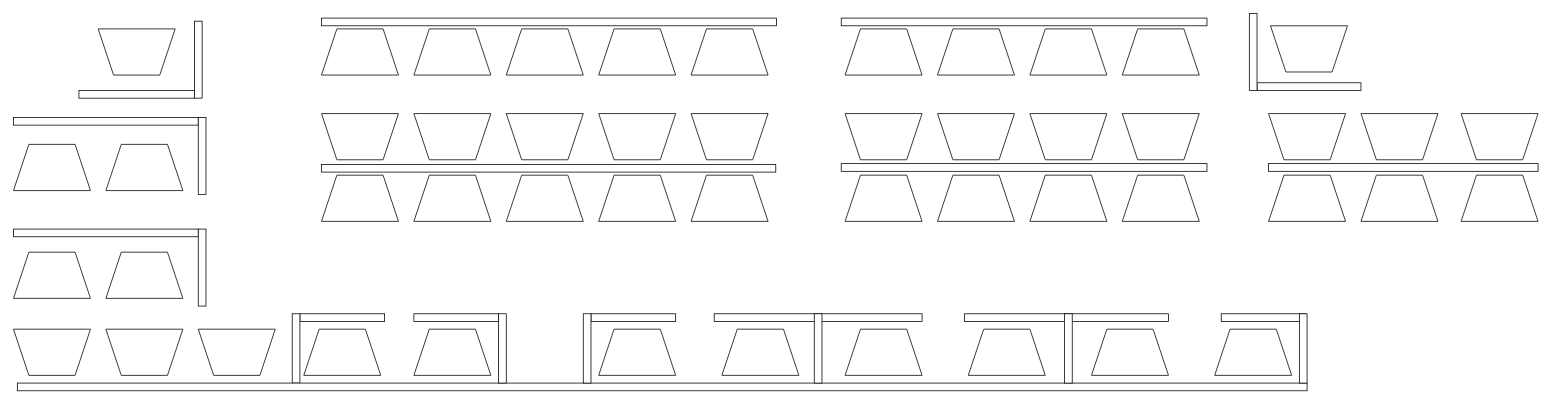
Above: HO_605.drawio in ajaybhanushalid2k/wireframes (draw.io), before the change. Source tidied: cells renumbered, new cells numbered last; positions are measured from the earlier drawing's top-left corner, leaving out a move shared by most shapes. Both pictures are drawn from the tidied source at 77%, with x=0, y=0 at pixel (13, 13).
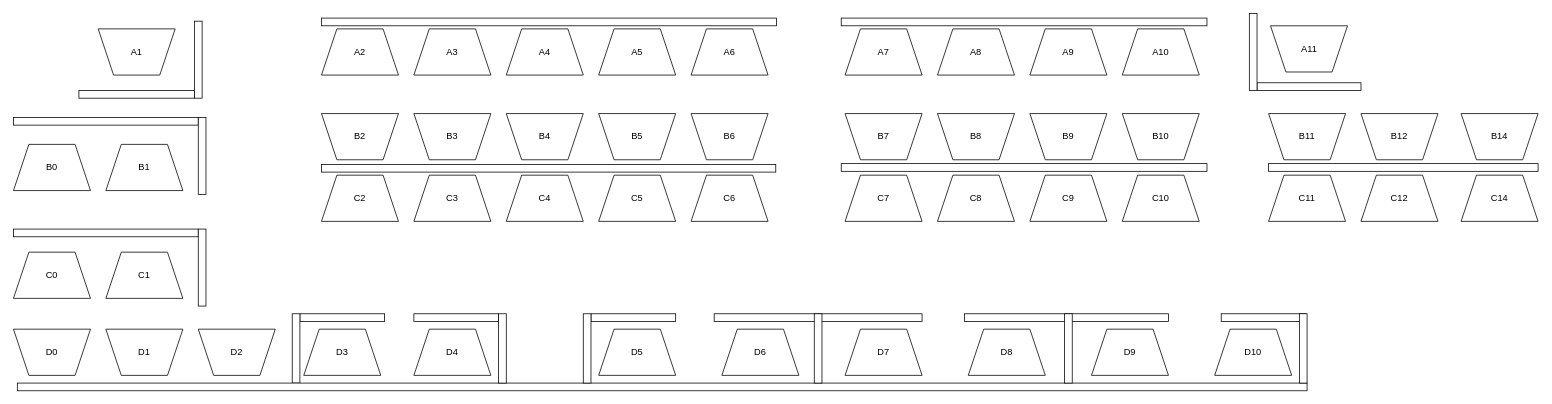
Above is the later version.

What changed in the source:
```diff
@@
-    <mxCell id="2" style="shape=trapezoid;perimeter=trapezoidPerimeter;whiteSpace=wrap;html=1;direction=west;" parent="1" vertex="1">
+    <mxCell id="2" value="D0" style="shape=trapezoid;perimeter=trapezoidPerimeter;whiteSpace=wrap;html=1;direction=west;" parent="1" vertex="1">
       <mxGeometry y="410" width="100" height="60" as="geometry" />
     </mxCell>
-    <mxCell id="3" style="shape=trapezoid;perimeter=trapezoidPerimeter;whiteSpace=wrap;html=1;direction=west;" parent="1" vertex="1">
+    <mxCell id="3" value="D1" style="shape=trapezoid;perimeter=trapezoidPerimeter;whiteSpace=wrap;html=1;direction=west;" parent="1" vertex="1">
       <mxGeometry x="120" y="410" width="100" height="60" as="geometry" />
     </mxCell>
-    <mxCell id="4" style="shape=trapezoid;perimeter=trapezoidPerimeter;whiteSpace=wrap;html=1;direction=west;" parent="1" vertex="1">
+    <mxCell id="4" value="D2" style="shape=trapezoid;perimeter=trapezoidPerimeter;whiteSpace=wrap;html=1;direction=west;" parent="1" vertex="1">
       <mxGeometry x="240" y="410" width="100" height="60" as="geometry" />
     </mxCell>
-    <mxCell id="5" style="shape=trapezoid;perimeter=trapezoidPerimeter;whiteSpace=wrap;html=1;direction=east;" parent="1" vertex="1">
+    <mxCell id="5" value="C0" style="shape=trapezoid;perimeter=trapezoidPerimeter;whiteSpace=wrap;html=1;direction=east;" parent="1" vertex="1">
       <mxGeometry y="310" width="100" height="60" as="geometry" />
     </mxCell>
-    <mxCell id="6" style="shape=trapezoid;perimeter=trapezoidPerimeter;whiteSpace=wrap;html=1;direction=east;" parent="1" vertex="1">
+    <mxCell id="6" value="C1" style="shape=trapezoid;perimeter=trapezoidPerimeter;whiteSpace=wrap;html=1;direction=east;" parent="1" vertex="1">
       <mxGeometry x="120" y="310" width="100" height="60" as="geometry" />
     </mxCell>
-    <mxCell id="7" style="shape=trapezoid;perimeter=trapezoidPerimeter;whiteSpace=wrap;html=1;direction=east;" parent="1" vertex="1">
+    <mxCell id="7" value="D3" style="shape=trapezoid;perimeter=trapezoidPerimeter;whiteSpace=wrap;html=1;direction=east;" parent="1" vertex="1">
       <mxGeometry x="377" y="410" width="100" height="60" as="geometry" />
     </mxCell>
-    <mxCell id="8" style="shape=trapezoid;perimeter=trapezoidPerimeter;whiteSpace=wrap;html=1;direction=east;" parent="1" vertex="1">
+    <mxCell id="8" value="D4" style="shape=trapezoid;perimeter=trapezoidPerimeter;whiteSpace=wrap;html=1;direction=east;" parent="1" vertex="1">
       <mxGeometry x="520" y="410" width="100" height="60" as="geometry" />
     </mxCell>
-    <mxCell id="9" style="shape=trapezoid;perimeter=trapezoidPerimeter;whiteSpace=wrap;html=1;direction=east;" parent="1" vertex="1">
+    <mxCell id="9" value="D5" style="shape=trapezoid;perimeter=trapezoidPerimeter;whiteSpace=wrap;html=1;direction=east;" parent="1" vertex="1">
       <mxGeometry x="760" y="410" width="100" height="60" as="geometry" />
     </mxCell>
-    <mxCell id="10" style="shape=trapezoid;perimeter=trapezoidPerimeter;whiteSpace=wrap;html=1;direction=east;" parent="1" vertex="1">
+    <mxCell id="10" value="D6" style="shape=trapezoid;perimeter=trapezoidPerimeter;whiteSpace=wrap;html=1;direction=east;" parent="1" vertex="1">
       <mxGeometry x="920" y="410" width="100" height="60" as="geometry" />
     </mxCell>
-    <mxCell id="11" style="shape=trapezoid;perimeter=trapezoidPerimeter;whiteSpace=wrap;html=1;direction=east;" parent="1" vertex="1">
+    <mxCell id="11" value="D7" style="shape=trapezoid;perimeter=trapezoidPerimeter;whiteSpace=wrap;html=1;direction=east;" parent="1" vertex="1">
       <mxGeometry x="1080" y="410" width="100" height="60" as="geometry" />
     </mxCell>
-    <mxCell id="12" style="shape=trapezoid;perimeter=trapezoidPerimeter;whiteSpace=wrap;html=1;direction=east;" parent="1" vertex="1">
+    <mxCell id="12" value="D8" style="shape=trapezoid;perimeter=trapezoidPerimeter;whiteSpace=wrap;html=1;direction=east;" parent="1" vertex="1">
       <mxGeometry x="1240" y="410" width="100" height="60" as="geometry" />
     </mxCell>
-    <mxCell id="13" style="shape=trapezoid;perimeter=trapezoidPerimeter;whiteSpace=wrap;html=1;direction=east;" parent="1" vertex="1">
+    <mxCell id="13" value="D9" style="shape=trapezoid;perimeter=trapezoidPerimeter;whiteSpace=wrap;html=1;direction=east;" parent="1" vertex="1">
       <mxGeometry x="1400" y="410" width="100" height="60" as="geometry" />
     </mxCell>
-    <mxCell id="14" style="shape=trapezoid;perimeter=trapezoidPerimeter;whiteSpace=wrap;html=1;direction=east;" parent="1" vertex="1">
+    <mxCell id="14" value="D10" style="shape=trapezoid;perimeter=trapezoidPerimeter;whiteSpace=wrap;html=1;direction=east;" parent="1" vertex="1">
       <mxGeometry x="1560" y="410" width="100" height="60" as="geometry" />
     </mxCell>
-    <mxCell id="15" style="shape=trapezoid;perimeter=trapezoidPerimeter;whiteSpace=wrap;html=1;direction=east;" parent="1" vertex="1">
+    <mxCell id="15" value="B0" style="shape=trapezoid;perimeter=trapezoidPerimeter;whiteSpace=wrap;html=1;direction=east;" parent="1" vertex="1">
       <mxGeometry y="170" width="100" height="60" as="geometry" />
     </mxCell>
-    <mxCell id="16" style="shape=trapezoid;perimeter=trapezoidPerimeter;whiteSpace=wrap;html=1;direction=east;" parent="1" vertex="1">
+    <mxCell id="16" value="B1" style="shape=trapezoid;perimeter=trapezoidPerimeter;whiteSpace=wrap;html=1;direction=east;" parent="1" vertex="1">
       <mxGeometry x="120" y="170" width="100" height="60" as="geometry" />
     </mxCell>
-    <mxCell id="17" style="shape=trapezoid;perimeter=trapezoidPerimeter;whiteSpace=wrap;html=1;direction=west;" parent="1" vertex="1">
+    <mxCell id="17" value="A1" style="shape=trapezoid;perimeter=trapezoidPerimeter;whiteSpace=wrap;html=1;direction=west;" parent="1" vertex="1">
       <mxGeometry x="110" y="20" width="100" height="60" as="geometry" />
     </mxCell>
-    <mxCell id="18" style="shape=trapezoid;perimeter=trapezoidPerimeter;whiteSpace=wrap;html=1;direction=east;" parent="1" vertex="1">
+    <mxCell id="18" value="C2" style="shape=trapezoid;perimeter=trapezoidPerimeter;whiteSpace=wrap;html=1;direction=east;" parent="1" vertex="1">
       <mxGeometry x="400" y="210" width="100" height="60" as="geometry" />
     </mxCell>
-    <mxCell id="19" style="shape=trapezoid;perimeter=trapezoidPerimeter;whiteSpace=wrap;html=1;direction=east;" parent="1" vertex="1">
+    <mxCell id="19" value="C3" style="shape=trapezoid;perimeter=trapezoidPerimeter;whiteSpace=wrap;html=1;direction=east;" parent="1" vertex="1">
       <mxGeometry x="520" y="210" width="100" height="60" as="geometry" />
     </mxCell>
-    <mxCell id="20" style="shape=trapezoid;perimeter=trapezoidPerimeter;whiteSpace=wrap;html=1;direction=east;" parent="1" vertex="1">
+    <mxCell id="20" value="C4" style="shape=trapezoid;perimeter=trapezoidPerimeter;whiteSpace=wrap;html=1;direction=east;" parent="1" vertex="1">
       <mxGeometry x="640" y="210" width="100" height="60" as="geometry" />
     </mxCell>
-    <mxCell id="21" style="shape=trapezoid;perimeter=trapezoidPerimeter;whiteSpace=wrap;html=1;direction=east;" parent="1" vertex="1">
+    <mxCell id="21" value="C5" style="shape=trapezoid;perimeter=trapezoidPerimeter;whiteSpace=wrap;html=1;direction=east;" parent="1" vertex="1">
       <mxGeometry x="760" y="210" width="100" height="60" as="geometry" />
     </mxCell>
-    <mxCell id="22" style="shape=trapezoid;perimeter=trapezoidPerimeter;whiteSpace=wrap;html=1;direction=east;" parent="1" vertex="1">
+    <mxCell id="22" value="C6" style="shape=trapezoid;perimeter=trapezoidPerimeter;whiteSpace=wrap;html=1;direction=east;" parent="1" vertex="1">
       <mxGeometry x="880" y="210" width="100" height="60" as="geometry" />
     </mxCell>
-    <mxCell id="23" style="shape=trapezoid;perimeter=trapezoidPerimeter;whiteSpace=wrap;html=1;direction=east;" parent="1" vertex="1">
+    <mxCell id="23" value="A2" style="shape=trapezoid;perimeter=trapezoidPerimeter;whiteSpace=wrap;html=1;direction=east;" parent="1" vertex="1">
       <mxGeometry x="400" y="20" width="100" height="60" as="geometry" />
     </mxCell>
-    <mxCell id="24" style="shape=trapezoid;perimeter=trapezoidPerimeter;whiteSpace=wrap;html=1;direction=east;" parent="1" vertex="1">
+    <mxCell id="24" value="A3" style="shape=trapezoid;perimeter=trapezoidPerimeter;whiteSpace=wrap;html=1;direction=east;" parent="1" vertex="1">
       <mxGeometry x="520" y="20" width="100" height="60" as="geometry" />
     </mxCell>
-    <mxCell id="25" style="shape=trapezoid;perimeter=trapezoidPerimeter;whiteSpace=wrap;html=1;direction=east;" parent="1" vertex="1">
+    <mxCell id="25" value="A4" style="shape=trapezoid;perimeter=trapezoidPerimeter;whiteSpace=wrap;html=1;direction=east;" parent="1" vertex="1">
       <mxGeometry x="640" y="20" width="100" height="60" as="geometry" />
     </mxCell>
-    <mxCell id="26" style="shape=trapezoid;perimeter=trapezoidPerimeter;whiteSpace=wrap;html=1;direction=east;" parent="1" vertex="1">
+    <mxCell id="26" value="A5" style="shape=trapezoid;perimeter=trapezoidPerimeter;whiteSpace=wrap;html=1;direction=east;" parent="1" vertex="1">
       <mxGeometry x="760" y="20" width="100" height="60" as="geometry" />
     </mxCell>
-    <mxCell id="27" style="shape=trapezoid;perimeter=trapezoidPerimeter;whiteSpace=wrap;html=1;direction=east;" parent="1" vertex="1">
+    <mxCell id="27" value="A6" style="shape=trapezoid;perimeter=trapezoidPerimeter;whiteSpace=wrap;html=1;direction=east;" parent="1" vertex="1">
       <mxGeometry x="880" y="20" width="100" height="60" as="geometry" />
     </mxCell>
-    <mxCell id="28" style="shape=trapezoid;perimeter=trapezoidPerimeter;whiteSpace=wrap;html=1;direction=west;" parent="1" vertex="1">
+    <mxCell id="28" value="B2" style="shape=trapezoid;perimeter=trapezoidPerimeter;whiteSpace=wrap;html=1;direction=west;" parent="1" vertex="1">
       <mxGeometry x="400" y="130" width="100" height="60" as="geometry" />
     </mxCell>
-    <mxCell id="29" style="shape=trapezoid;perimeter=trapezoidPerimeter;whiteSpace=wrap;html=1;direction=west;" parent="1" vertex="1">
+    <mxCell id="29" value="B3" style="shape=trapezoid;perimeter=trapezoidPerimeter;whiteSpace=wrap;html=1;direction=west;" parent="1" vertex="1">
       <mxGeometry x="520" y="130" width="100" height="60" as="geometry" />
     </mxCell>
-    <mxCell id="30" style="shape=trapezoid;perimeter=trapezoidPerimeter;whiteSpace=wrap;html=1;direction=west;" parent="1" vertex="1">
+    <mxCell id="30" value="B4" style="shape=trapezoid;perimeter=trapezoidPerimeter;whiteSpace=wrap;html=1;direction=west;" parent="1" vertex="1">
       <mxGeometry x="640" y="130" width="100" height="60" as="geometry" />
     </mxCell>
-    <mxCell id="31" style="shape=trapezoid;perimeter=trapezoidPerimeter;whiteSpace=wrap;html=1;direction=west;" parent="1" vertex="1">
+    <mxCell id="31" value="B5" style="shape=trapezoid;perimeter=trapezoidPerimeter;whiteSpace=wrap;html=1;direction=west;" parent="1" vertex="1">
       <mxGeometry x="760" y="130" width="100" height="60" as="geometry" />
     </mxCell>
-    <mxCell id="32" style="shape=trapezoid;perimeter=trapezoidPerimeter;whiteSpace=wrap;html=1;direction=west;" parent="1" vertex="1">
+    <mxCell id="32" value="B6" style="shape=trapezoid;perimeter=trapezoidPerimeter;whiteSpace=wrap;html=1;direction=west;" parent="1" vertex="1">
       <mxGeometry x="880" y="130" width="100" height="60" as="geometry" />
     </mxCell>
-    <mxCell id="33" style="shape=trapezoid;perimeter=trapezoidPerimeter;whiteSpace=wrap;html=1;direction=east;" parent="1" vertex="1">
+    <mxCell id="33" value="C7" style="shape=trapezoid;perimeter=trapezoidPerimeter;whiteSpace=wrap;html=1;direction=east;" parent="1" vertex="1">
       <mxGeometry x="1080" y="210" width="100" height="60" as="geometry" />
     </mxCell>
-    <mxCell id="34" style="shape=trapezoid;perimeter=trapezoidPerimeter;whiteSpace=wrap;html=1;direction=east;" parent="1" vertex="1">
+    <mxCell id="34" value="C8" style="shape=trapezoid;perimeter=trapezoidPerimeter;whiteSpace=wrap;html=1;direction=east;" parent="1" vertex="1">
       <mxGeometry x="1200" y="210" width="100" height="60" as="geometry" />
     </mxCell>
-    <mxCell id="35" style="shape=trapezoid;perimeter=trapezoidPerimeter;whiteSpace=wrap;html=1;direction=east;" parent="1" vertex="1">
+    <mxCell id="35" value="C9" style="shape=trapezoid;perimeter=trapezoidPerimeter;whiteSpace=wrap;html=1;direction=east;" parent="1" vertex="1">
       <mxGeometry x="1320" y="210" width="100" height="60" as="geometry" />
     </mxCell>
-    <mxCell id="36" style="shape=trapezoid;perimeter=trapezoidPerimeter;whiteSpace=wrap;html=1;direction=east;" parent="1" vertex="1">
+    <mxCell id="36" value="C10" style="shape=trapezoid;perimeter=trapezoidPerimeter;whiteSpace=wrap;html=1;direction=east;" parent="1" vertex="1">
       <mxGeometry x="1440" y="210" width="100" height="60" as="geometry" />
     </mxCell>
-    <mxCell id="37" style="shape=trapezoid;perimeter=trapezoidPerimeter;whiteSpace=wrap;html=1;direction=east;" parent="1" vertex="1">
+    <mxCell id="37" value="C11" style="shape=trapezoid;perimeter=trapezoidPerimeter;whiteSpace=wrap;html=1;direction=east;" parent="1" vertex="1">
       <mxGeometry x="1630" y="210" width="100" height="60" as="geometry" />
     </mxCell>
-    <mxCell id="38" style="shape=trapezoid;perimeter=trapezoidPerimeter;whiteSpace=wrap;html=1;direction=east;" parent="1" vertex="1">
+    <mxCell id="38" value="A7" style="shape=trapezoid;perimeter=trapezoidPerimeter;whiteSpace=wrap;html=1;direction=east;" parent="1" vertex="1">
       <mxGeometry x="1080" y="20" width="100" height="60" as="geometry" />
     </mxCell>
-    <mxCell id="39" style="shape=trapezoid;perimeter=trapezoidPerimeter;whiteSpace=wrap;html=1;direction=east;" parent="1" vertex="1">
+    <mxCell id="39" value="A8" style="shape=trapezoid;perimeter=trapezoidPerimeter;whiteSpace=wrap;html=1;direction=east;" parent="1" vertex="1">
       <mxGeometry x="1200" y="20" width="100" height="60" as="geometry" />
     </mxCell>
-    <mxCell id="40" style="shape=trapezoid;perimeter=trapezoidPerimeter;whiteSpace=wrap;html=1;direction=east;" parent="1" vertex="1">
+    <mxCell id="40" value="A9" style="shape=trapezoid;perimeter=trapezoidPerimeter;whiteSpace=wrap;html=1;direction=east;" parent="1" vertex="1">
       <mxGeometry x="1320" y="20" width="100" height="60" as="geometry" />
     </mxCell>
-    <mxCell id="41" style="shape=trapezoid;perimeter=trapezoidPerimeter;whiteSpace=wrap;html=1;direction=east;" parent="1" vertex="1">
+    <mxCell id="41" value="A10" style="shape=trapezoid;perimeter=trapezoidPerimeter;whiteSpace=wrap;html=1;direction=east;" parent="1" vertex="1">
       <mxGeometry x="1440" y="20" width="100" height="60" as="geometry" />
     </mxCell>
-    <mxCell id="42" style="shape=trapezoid;perimeter=trapezoidPerimeter;whiteSpace=wrap;html=1;direction=west;" parent="1" vertex="1">
+    <mxCell id="42" value="A11" style="shape=trapezoid;perimeter=trapezoidPerimeter;whiteSpace=wrap;html=1;direction=west;" parent="1" vertex="1">
       <mxGeometry x="1632.5" y="16" width="100" height="60" as="geometry" />
     </mxCell>
-    <mxCell id="43" style="shape=trapezoid;perimeter=trapezoidPerimeter;whiteSpace=wrap;html=1;direction=west;" parent="1" vertex="1">
+    <mxCell id="43" value="B7" style="shape=trapezoid;perimeter=trapezoidPerimeter;whiteSpace=wrap;html=1;direction=west;" parent="1" vertex="1">
       <mxGeometry x="1080" y="130" width="100" height="60" as="geometry" />
     </mxCell>
-    <mxCell id="44" style="shape=trapezoid;perimeter=trapezoidPerimeter;whiteSpace=wrap;html=1;direction=west;" parent="1" vertex="1">
+    <mxCell id="44" value="B8" style="shape=trapezoid;perimeter=trapezoidPerimeter;whiteSpace=wrap;html=1;direction=west;" parent="1" vertex="1">
       <mxGeometry x="1200" y="130" width="100" height="60" as="geometry" />
     </mxCell>
-    <mxCell id="45" style="shape=trapezoid;perimeter=trapezoidPerimeter;whiteSpace=wrap;html=1;direction=west;" parent="1" vertex="1">
+    <mxCell id="45" value="B9" style="shape=trapezoid;perimeter=trapezoidPerimeter;whiteSpace=wrap;html=1;direction=west;" parent="1" vertex="1">
       <mxGeometry x="1320" y="130" width="100" height="60" as="geometry" />
     </mxCell>
-    <mxCell id="46" style="shape=trapezoid;perimeter=trapezoidPerimeter;whiteSpace=wrap;html=1;direction=west;" parent="1" vertex="1">
+    <mxCell id="46" value="B10" style="shape=trapezoid;perimeter=trapezoidPerimeter;whiteSpace=wrap;html=1;direction=west;" parent="1" vertex="1">
       <mxGeometry x="1440" y="130" width="100" height="60" as="geometry" />
     </mxCell>
-    <mxCell id="47" style="shape=trapezoid;perimeter=trapezoidPerimeter;whiteSpace=wrap;html=1;direction=west;" parent="1" vertex="1">
+    <mxCell id="47" value="B11" style="shape=trapezoid;perimeter=trapezoidPerimeter;whiteSpace=wrap;html=1;direction=west;" parent="1" vertex="1">
       <mxGeometry x="1630" y="130" width="100" height="60" as="geometry" />
     </mxCell>
-    <mxCell id="48" style="shape=trapezoid;perimeter=trapezoidPerimeter;whiteSpace=wrap;html=1;direction=east;" parent="1" vertex="1">
+    <mxCell id="48" value="C12" style="shape=trapezoid;perimeter=trapezoidPerimeter;whiteSpace=wrap;html=1;direction=east;" parent="1" vertex="1">
       <mxGeometry x="1750" y="210" width="100" height="60" as="geometry" />
     </mxCell>
-    <mxCell id="49" style="shape=trapezoid;perimeter=trapezoidPerimeter;whiteSpace=wrap;html=1;direction=west;" parent="1" vertex="1">
+    <mxCell id="49" value="B12" style="shape=trapezoid;perimeter=trapezoidPerimeter;whiteSpace=wrap;html=1;direction=west;" parent="1" vertex="1">
       <mxGeometry x="1750" y="130" width="100" height="60" as="geometry" />
     </mxCell>
-    <mxCell id="50" style="shape=trapezoid;perimeter=trapezoidPerimeter;whiteSpace=wrap;html=1;direction=east;" parent="1" vertex="1">
+    <mxCell id="50" value="C14" style="shape=trapezoid;perimeter=trapezoidPerimeter;whiteSpace=wrap;html=1;direction=east;" parent="1" vertex="1">
       <mxGeometry x="1880" y="210" width="100" height="60" as="geometry" />
     </mxCell>
-    <mxCell id="51" style="shape=trapezoid;perimeter=trapezoidPerimeter;whiteSpace=wrap;html=1;direction=west;" parent="1" vertex="1">
+    <mxCell id="51" value="B14" style="shape=trapezoid;perimeter=trapezoidPerimeter;whiteSpace=wrap;html=1;direction=west;" parent="1" vertex="1">
       <mxGeometry x="1880" y="130" width="100" height="60" as="geometry" />
     </mxCell>
```
